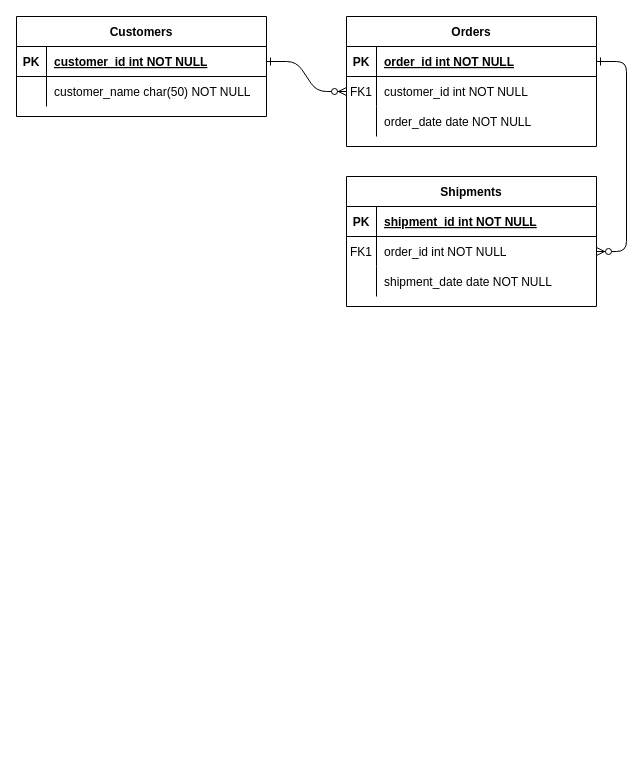
Earlier version of the draw.io diagram Untitled Diagram.drawio (suriming/suriming.github.com). Source tidied: cells renumbered, new cells numbered last; positions are measured from the earlier drawing's top-left corner, leaving out a move shared by most shapes. Both pictures are drawn from the tidied source at 100%, with x=0, y=0 at pixel (16, 16).
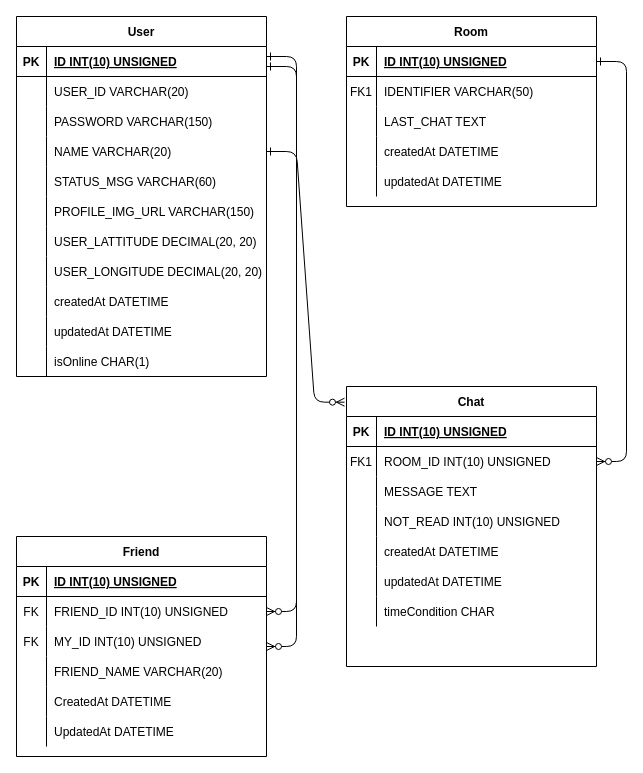
The same page after the edit.

Unchanged cells that the change refers to:
```xml
<mxCell id="5" style="shape=partialRectangle;fillColor=none;points=[[0,0.5],[1,0.5]];portConstraint=eastwest;top=0;left=0;right=0;bottom=1;" parent="4" vertex="1">
  <mxGeometry y="30" width="250" height="30" as="geometry" />
</mxCell>
<mxCell id="8" style="shape=partialRectangle;fillColor=none;points=[[0,0.5],[1,0.5]];portConstraint=eastwest;top=0;left=0;right=0;bottom=0;" parent="4" vertex="1">
  <mxGeometry y="60" width="250" height="30" as="geometry" />
</mxCell>
<mxCell id="11" style="shape=partialRectangle;fillColor=none;top=0;left=0;right=0;bottom=0;" parent="4" vertex="1">
  <mxGeometry y="90" width="250" height="30" as="geometry" />
</mxCell>
<mxCell id="15" style="shape=partialRectangle;fillColor=none;top=0;left=0;right=0;bottom=1;" parent="14" vertex="1">
  <mxGeometry y="30" width="250" height="30" as="geometry" />
</mxCell>
<mxCell id="18" style="shape=partialRectangle;fillColor=none;points=[[0,0.5],[1,0.5]];portConstraint=eastwest;top=0;left=0;right=0;bottom=0;" parent="14" vertex="1">
  <mxGeometry y="60" width="250" height="30" as="geometry" />
</mxCell>
<mxCell id="21" style="shape=partialRectangle;fillColor=none;top=0;left=0;right=0;bottom=0;" parent="14" vertex="1">
  <mxGeometry y="90" width="250" height="30" as="geometry" />
</mxCell>
<mxCell id="25" style="shape=partialRectangle;fillColor=none;points=[[0,0.5],[1,0.5]];portConstraint=eastwest;top=0;left=0;right=0;bottom=1;" parent="24" vertex="1">
  <mxGeometry y="30" width="250" height="30" as="geometry" />
</mxCell>
<mxCell id="28" style="shape=partialRectangle;fillColor=none;top=0;left=0;right=0;bottom=0;" parent="24" vertex="1">
  <mxGeometry y="60" width="250" height="30" as="geometry" />
</mxCell>
```

The edit, as a diff of the source:
```diff
@@
-    <mxCell id="2" style="edgeStyle=entityRelationEdgeStyle;endArrow=ERzeroToMany;startArrow=ERone;endFill=1;startFill=0;" parent="1" edge="1" source="25" target="8">
-      <mxGeometry relative="1" as="geometry" />
-    </mxCell>
@@
-    <mxCell id="4" value="Orders" style="shape=table;startSize=30;childLayout=tableLayout;rowLines=0;fontStyle=1;align=center;" parent="1" vertex="1">
-      <mxGeometry x="330" width="250" height="130" as="geometry" />
+    <mxCell id="4" value="Room" style="shape=table;startSize=30;childLayout=tableLayout;rowLines=0;fontStyle=1;align=center;" parent="1" vertex="1">
+      <mxGeometry x="330" width="250" height="190" as="geometry" />
     </mxCell>
@@
-    <mxCell id="7" value="order_id int NOT NULL " style="shape=partialRectangle;overflow=hidden;fillColor=none;top=0;left=0;bottom=0;right=0;align=left;spacingLeft=6;fontStyle=5;" parent="5" vertex="1">
+    <mxCell id="7" value="ID INT(10) UNSIGNED" style="shape=partialRectangle;overflow=hidden;fillColor=none;top=0;left=0;bottom=0;right=0;align=left;spacingLeft=6;fontStyle=5;" parent="5" vertex="1">
       <mxGeometry x="30" width="220" height="30" as="geometry" />
     </mxCell>
@@
-    <mxCell id="10" value="customer_id int NOT NULL" style="shape=partialRectangle;overflow=hidden;fillColor=none;top=0;left=0;bottom=0;right=0;align=left;spacingLeft=6;" parent="8" vertex="1">
+    <mxCell id="10" value="IDENTIFIER VARCHAR(50)" style="shape=partialRectangle;overflow=hidden;fillColor=none;top=0;left=0;bottom=0;right=0;align=left;spacingLeft=6;" parent="8" vertex="1">
       <mxGeometry x="30" width="220" height="30" as="geometry" />
     </mxCell>
@@
-    <mxCell id="13" value="order_date date NOT NULL" style="shape=partialRectangle;overflow=hidden;fillColor=none;top=0;left=0;bottom=0;right=0;align=left;spacingLeft=6;" parent="11" vertex="1">
+    <mxCell id="13" value="LAST_CHAT TEXT" style="shape=partialRectangle;overflow=hidden;fillColor=none;top=0;left=0;bottom=0;right=0;align=left;spacingLeft=6;" parent="11" vertex="1">
       <mxGeometry x="30" width="220" height="30" as="geometry" />
     </mxCell>
+    <mxCell id="31" style="shape=partialRectangle;fillColor=none;top=0;left=0;bottom=0;right=0;" parent="4" vertex="1">
+      <mxGeometry y="120" width="250" height="30" as="geometry" />
+    </mxCell>
+    <mxCell id="32" style="shape=partialRectangle;fillColor=none;top=0;left=0;bottom=0;right=0;overflow=hidden;" parent="31" vertex="1">
+      <mxGeometry width="30" height="30" as="geometry" />
+    </mxCell>
+    <mxCell id="33" value="createdAt DATETIME" style="shape=partialRectangle;fillColor=none;top=0;left=0;bottom=0;right=0;align=left;spacingLeft=6;overflow=hidden;" parent="31" vertex="1">
+      <mxGeometry x="30" width="220" height="30" as="geometry" />
+    </mxCell>
+    <mxCell id="34" style="shape=partialRectangle;fillColor=none;top=0;left=0;bottom=0;right=0;" parent="4" vertex="1">
+      <mxGeometry y="150" width="250" height="30" as="geometry" />
+    </mxCell>
+    <mxCell id="35" style="shape=partialRectangle;fillColor=none;top=0;left=0;bottom=0;right=0;overflow=hidden;" parent="34" vertex="1">
+      <mxGeometry width="30" height="30" as="geometry" />
+    </mxCell>
+    <mxCell id="36" value="updatedAt DATETIME" style="shape=partialRectangle;fillColor=none;top=0;left=0;bottom=0;right=0;align=left;spacingLeft=6;overflow=hidden;" parent="34" vertex="1">
+      <mxGeometry x="30" width="220" height="30" as="geometry" />
+    </mxCell>
-    <mxCell id="14" value="Shipments" style="shape=table;startSize=30;childLayout=tableLayout;rowLines=0;fontStyle=1;align=center;" parent="1" vertex="1">
-      <mxGeometry x="330" y="160" width="250" height="130" as="geometry" />
+    <mxCell id="14" value="Chat" style="shape=table;startSize=30;childLayout=tableLayout;rowLines=0;fontStyle=1;align=center;" parent="1" vertex="1">
+      <mxGeometry x="330" y="370" width="250" height="280" as="geometry" />
     </mxCell>
@@
-    <mxCell id="17" value="shipment_id int NOT NULL " style="shape=partialRectangle;overflow=hidden;fillColor=none;top=0;left=0;bottom=0;right=0;align=left;spacingLeft=6;fontStyle=5;" parent="15" vertex="1">
+    <mxCell id="17" value="ID INT(10) UNSIGNED" style="shape=partialRectangle;overflow=hidden;fillColor=none;top=0;left=0;bottom=0;right=0;align=left;spacingLeft=6;fontStyle=5;" parent="15" vertex="1">
       <mxGeometry x="30" width="220" height="30" as="geometry" />
     </mxCell>
@@
-    <mxCell id="20" value="order_id int NOT NULL" style="shape=partialRectangle;overflow=hidden;fillColor=none;top=0;left=0;bottom=0;right=0;align=left;spacingLeft=6;" parent="18" vertex="1">
+    <mxCell id="20" value="ROOM_ID INT(10) UNSIGNED" style="shape=partialRectangle;overflow=hidden;fillColor=none;top=0;left=0;bottom=0;right=0;align=left;spacingLeft=6;" parent="18" vertex="1">
       <mxGeometry x="30" width="220" height="30" as="geometry" />
     </mxCell>
@@
-    <mxCell id="23" value="shipment_date date NOT NULL" style="shape=partialRectangle;overflow=hidden;fillColor=none;top=0;left=0;bottom=0;right=0;align=left;spacingLeft=6;" parent="21" vertex="1">
+    <mxCell id="23" value="MESSAGE TEXT" style="shape=partialRectangle;overflow=hidden;fillColor=none;top=0;left=0;bottom=0;right=0;align=left;spacingLeft=6;" parent="21" vertex="1">
       <mxGeometry x="30" width="220" height="30" as="geometry" />
     </mxCell>
+    <mxCell id="37" style="shape=partialRectangle;fillColor=none;top=0;left=0;bottom=0;right=0;" parent="14" vertex="1">
+      <mxGeometry y="120" width="250" height="30" as="geometry" />
+    </mxCell>
+    <mxCell id="38" style="shape=partialRectangle;fillColor=none;top=0;left=0;bottom=0;right=0;overflow=hidden;" parent="37" vertex="1">
+      <mxGeometry width="30" height="30" as="geometry" />
+    </mxCell>
+    <mxCell id="39" value="NOT_READ INT(10) UNSIGNED" style="shape=partialRectangle;fillColor=none;top=0;left=0;bottom=0;right=0;align=left;spacingLeft=6;overflow=hidden;" parent="37" vertex="1">
+      <mxGeometry x="30" width="220" height="30" as="geometry" />
+    </mxCell>
+    <mxCell id="40" style="shape=partialRectangle;fillColor=none;top=0;left=0;bottom=0;right=0;" parent="14" vertex="1">
+      <mxGeometry y="150" width="250" height="30" as="geometry" />
+    </mxCell>
+    <mxCell id="41" style="shape=partialRectangle;fillColor=none;top=0;left=0;bottom=0;right=0;overflow=hidden;" parent="40" vertex="1">
+      <mxGeometry width="30" height="30" as="geometry" />
+    </mxCell>
+    <mxCell id="42" value="createdAt DATETIME" style="shape=partialRectangle;fillColor=none;top=0;left=0;bottom=0;right=0;align=left;spacingLeft=6;overflow=hidden;" parent="40" vertex="1">
+      <mxGeometry x="30" width="220" height="30" as="geometry" />
+    </mxCell>
+    <mxCell id="43" style="shape=partialRectangle;fillColor=none;top=0;left=0;bottom=0;right=0;" parent="14" vertex="1">
+      <mxGeometry y="180" width="250" height="30" as="geometry" />
+    </mxCell>
+    <mxCell id="44" style="shape=partialRectangle;fillColor=none;top=0;left=0;bottom=0;right=0;overflow=hidden;" parent="43" vertex="1">
+      <mxGeometry width="30" height="30" as="geometry" />
+    </mxCell>
+    <mxCell id="45" value="updatedAt DATETIME" style="shape=partialRectangle;fillColor=none;top=0;left=0;bottom=0;right=0;align=left;spacingLeft=6;overflow=hidden;" parent="43" vertex="1">
+      <mxGeometry x="30" width="220" height="30" as="geometry" />
+    </mxCell>
+    <mxCell id="46" style="shape=partialRectangle;fillColor=none;top=0;left=0;bottom=0;right=0;" parent="14" vertex="1">
+      <mxGeometry y="210" width="250" height="30" as="geometry" />
+    </mxCell>
+    <mxCell id="47" style="shape=partialRectangle;fillColor=none;top=0;left=0;bottom=0;right=0;overflow=hidden;" parent="46" vertex="1">
+      <mxGeometry width="30" height="30" as="geometry" />
+    </mxCell>
+    <mxCell id="48" value="timeCondition CHAR" style="shape=partialRectangle;fillColor=none;top=0;left=0;bottom=0;right=0;align=left;spacingLeft=6;overflow=hidden;" parent="46" vertex="1">
+      <mxGeometry x="30" width="220" height="30" as="geometry" />
+    </mxCell>
-    <mxCell id="24" value="Customers" style="shape=table;startSize=30;childLayout=tableLayout;rowLines=0;fontStyle=1;align=center;" parent="1" vertex="1">
-      <mxGeometry width="250" height="100" as="geometry" />
+    <mxCell id="24" value="User" style="shape=table;startSize=30;childLayout=tableLayout;rowLines=0;fontStyle=1;align=center;" parent="1" vertex="1">
+      <mxGeometry width="250" height="360" as="geometry" />
     </mxCell>
@@
-    <mxCell id="27" value="customer_id int NOT NULL " style="shape=partialRectangle;overflow=hidden;fillColor=none;top=0;left=0;bottom=0;right=0;align=left;spacingLeft=6;fontStyle=5;" parent="25" vertex="1">
+    <mxCell id="27" value="ID INT(10) UNSIGNED" style="shape=partialRectangle;overflow=hidden;fillColor=none;top=0;left=0;bottom=0;right=0;align=left;spacingLeft=6;fontStyle=5;" parent="25" vertex="1">
       <mxGeometry x="30" width="220" height="30" as="geometry" />
     </mxCell>
@@
-    <mxCell id="30" value="customer_name char(50) NOT NULL" style="shape=partialRectangle;overflow=hidden;fillColor=none;top=0;left=0;bottom=0;right=0;align=left;spacingLeft=6;" parent="28" vertex="1">
+    <mxCell id="30" value="USER_ID VARCHAR(20)" style="shape=partialRectangle;overflow=hidden;fillColor=none;top=0;left=0;bottom=0;right=0;align=left;spacingLeft=6;" parent="28" vertex="1">
       <mxGeometry x="30" width="220" height="30" as="geometry" />
     </mxCell>
+    <mxCell id="49" style="shape=partialRectangle;fillColor=none;top=0;left=0;bottom=0;right=0;" parent="24" vertex="1">
+      <mxGeometry y="90" width="250" height="30" as="geometry" />
+    </mxCell>
+    <mxCell id="50" style="shape=partialRectangle;fillColor=none;top=0;left=0;bottom=0;right=0;fontStyle=0;overflow=hidden;" parent="49" vertex="1">
+      <mxGeometry width="30" height="30" as="geometry" />
+    </mxCell>
+    <mxCell id="51" value="PASSWORD VARCHAR(150)" style="shape=partialRectangle;fillColor=none;top=0;left=0;bottom=0;right=0;align=left;spacingLeft=6;fontStyle=0;overflow=hidden;" parent="49" vertex="1">
+      <mxGeometry x="30" width="220" height="30" as="geometry" />
+    </mxCell>
+    <mxCell id="52" style="shape=partialRectangle;fillColor=none;top=0;left=0;bottom=0;right=0;points=[[0,0.5],[1,0.5]];portConstraint=eastwest;" parent="24" vertex="1">
+      <mxGeometry y="120" width="250" height="30" as="geometry" />
+    </mxCell>
+    <mxCell id="53" style="shape=partialRectangle;fillColor=none;top=0;left=0;bottom=0;right=0;overflow=hidden;" parent="52" vertex="1">
+      <mxGeometry width="30" height="30" as="geometry" />
+    </mxCell>
+    <mxCell id="54" value="NAME VARCHAR(20)" style="shape=partialRectangle;fillColor=none;top=0;left=0;bottom=0;right=0;align=left;spacingLeft=6;overflow=hidden;" parent="52" vertex="1">
+      <mxGeometry x="30" width="220" height="30" as="geometry" />
+    </mxCell>
+    <mxCell id="55" style="shape=partialRectangle;fillColor=none;top=0;left=0;bottom=0;right=0;" parent="24" vertex="1">
+      <mxGeometry y="150" width="250" height="30" as="geometry" />
+    </mxCell>
+    <mxCell id="56" style="shape=partialRectangle;fillColor=none;top=0;left=0;bottom=0;right=0;overflow=hidden;" parent="55" vertex="1">
+      <mxGeometry width="30" height="30" as="geometry" />
+    </mxCell>
+    <mxCell id="57" value="STATUS_MSG VARCHAR(60)" style="shape=partialRectangle;fillColor=none;top=0;left=0;bottom=0;right=0;align=left;spacingLeft=6;overflow=hidden;" parent="55" vertex="1">
+      <mxGeometry x="30" width="220" height="30" as="geometry" />
+    </mxCell>
+    <mxCell id="58" style="shape=partialRectangle;fillColor=none;top=0;left=0;bottom=0;right=0;" parent="24" vertex="1">
+      <mxGeometry y="180" width="250" height="30" as="geometry" />
+    </mxCell>
+    <mxCell id="59" style="shape=partialRectangle;fillColor=none;top=0;left=0;bottom=0;right=0;overflow=hidden;" parent="58" vertex="1">
+      <mxGeometry width="30" height="30" as="geometry" />
+    </mxCell>
+    <mxCell id="60" value="PROFILE_IMG_URL VARCHAR(150)" style="shape=partialRectangle;fillColor=none;top=0;left=0;bottom=0;right=0;align=left;spacingLeft=6;overflow=hidden;" parent="58" vertex="1">
+      <mxGeometry x="30" width="220" height="30" as="geometry" />
+    </mxCell>
+    <mxCell id="61" style="shape=partialRectangle;fillColor=none;top=0;left=0;bottom=0;right=0;" parent="24" vertex="1">
+      <mxGeometry y="210" width="250" height="30" as="geometry" />
+    </mxCell>
+    <mxCell id="62" style="shape=partialRectangle;fillColor=none;top=0;left=0;bottom=0;right=0;overflow=hidden;" parent="61" vertex="1">
+      <mxGeometry width="30" height="30" as="geometry" />
+    </mxCell>
+    <mxCell id="63" value="USER_LATTITUDE DECIMAL(20, 20)" style="shape=partialRectangle;fillColor=none;top=0;left=0;bottom=0;right=0;align=left;spacingLeft=6;overflow=hidden;" parent="61" vertex="1">
+      <mxGeometry x="30" width="220" height="30" as="geometry" />
+    </mxCell>
+    <mxCell id="64" style="shape=partialRectangle;fillColor=none;top=0;left=0;bottom=0;right=0;" parent="24" vertex="1">
+      <mxGeometry y="240" width="250" height="30" as="geometry" />
+    </mxCell>
+    <mxCell id="65" style="shape=partialRectangle;fillColor=none;top=0;left=0;bottom=0;right=0;overflow=hidden;" parent="64" vertex="1">
+      <mxGeometry width="30" height="30" as="geometry" />
+    </mxCell>
+    <mxCell id="66" value="USER_LONGITUDE DECIMAL(20, 20)" style="shape=partialRectangle;fillColor=none;top=0;left=0;bottom=0;right=0;align=left;spacingLeft=6;overflow=hidden;" parent="64" vertex="1">
+      <mxGeometry x="30" width="220" height="30" as="geometry" />
+    </mxCell>
+    <mxCell id="67" style="shape=partialRectangle;fillColor=none;top=0;left=0;bottom=0;right=0;" parent="24" vertex="1">
+      <mxGeometry y="270" width="250" height="30" as="geometry" />
+    </mxCell>
+    <mxCell id="68" style="shape=partialRectangle;fillColor=none;top=0;left=0;bottom=0;right=0;overflow=hidden;" parent="67" vertex="1">
+      <mxGeometry width="30" height="30" as="geometry" />
+    </mxCell>
+    <mxCell id="69" value="createdAt DATETIME" style="shape=partialRectangle;fillColor=none;top=0;left=0;bottom=0;right=0;align=left;spacingLeft=6;overflow=hidden;" parent="67" vertex="1">
+      <mxGeometry x="30" width="220" height="30" as="geometry" />
+    </mxCell>
+    <mxCell id="70" style="shape=partialRectangle;fillColor=none;top=0;left=0;bottom=0;right=0;" parent="24" vertex="1">
+      <mxGeometry y="300" width="250" height="30" as="geometry" />
+    </mxCell>
+    <mxCell id="71" style="shape=partialRectangle;fillColor=none;top=0;left=0;bottom=0;right=0;overflow=hidden;" parent="70" vertex="1">
+      <mxGeometry width="30" height="30" as="geometry" />
+    </mxCell>
+    <mxCell id="72" value="updatedAt DATETIME" style="shape=partialRectangle;fillColor=none;top=0;left=0;bottom=0;right=0;align=left;spacingLeft=6;overflow=hidden;" parent="70" vertex="1">
+      <mxGeometry x="30" width="220" height="30" as="geometry" />
+    </mxCell>
+    <mxCell id="73" style="shape=partialRectangle;fillColor=none;top=0;left=0;bottom=0;right=0;" parent="24" vertex="1">
+      <mxGeometry y="330" width="250" height="30" as="geometry" />
+    </mxCell>
+    <mxCell id="74" style="shape=partialRectangle;fillColor=none;top=0;left=0;bottom=0;right=0;overflow=hidden;" parent="73" vertex="1">
+      <mxGeometry width="30" height="30" as="geometry" />
+    </mxCell>
+    <mxCell id="75" value="isOnline CHAR(1)" style="shape=partialRectangle;fillColor=none;top=0;left=0;bottom=0;right=0;align=left;spacingLeft=6;overflow=hidden;" parent="73" vertex="1">
+      <mxGeometry x="30" width="220" height="30" as="geometry" />
+    </mxCell>
+    <mxCell id="76" value="Friend" style="shape=table;startSize=30;childLayout=tableLayout;rowLines=0;fontStyle=1;align=center;" parent="1" vertex="1">
+      <mxGeometry y="520" width="250" height="220" as="geometry" />
+    </mxCell>
+    <mxCell id="77" style="shape=partialRectangle;fillColor=none;top=0;left=0;right=0;bottom=1;" parent="76" vertex="1">
+      <mxGeometry y="30" width="250" height="30" as="geometry" />
+    </mxCell>
+    <mxCell id="78" value="PK" style="shape=partialRectangle;overflow=hidden;fillColor=none;top=0;left=0;bottom=0;right=0;fontStyle=1;" parent="77" vertex="1">
+      <mxGeometry width="30" height="30" as="geometry" />
+    </mxCell>
+    <mxCell id="79" value="ID INT(10) UNSIGNED" style="shape=partialRectangle;overflow=hidden;fillColor=none;top=0;left=0;bottom=0;right=0;align=left;spacingLeft=6;fontStyle=5;" parent="77" vertex="1">
+      <mxGeometry x="30" width="220" height="30" as="geometry" />
+    </mxCell>
+    <mxCell id="80" style="shape=partialRectangle;fillColor=none;top=0;left=0;bottom=0;right=0;points=[[0,0.5],[1,0.5]];portConstraint=eastwest;" parent="76" vertex="1">
+      <mxGeometry y="60" width="250" height="30" as="geometry" />
+    </mxCell>
+    <mxCell id="81" value="FK" style="shape=partialRectangle;fillColor=none;top=0;left=0;bottom=0;right=0;fontStyle=0;overflow=hidden;" parent="80" vertex="1">
+      <mxGeometry width="30" height="30" as="geometry" />
+    </mxCell>
+    <mxCell id="82" value="FRIEND_ID INT(10) UNSIGNED" style="shape=partialRectangle;fillColor=none;top=0;left=0;bottom=0;right=0;align=left;spacingLeft=6;fontStyle=0;overflow=hidden;" parent="80" vertex="1">
+      <mxGeometry x="30" width="220" height="30" as="geometry" />
+    </mxCell>
+    <mxCell id="83" style="shape=partialRectangle;fillColor=none;top=0;left=0;right=0;bottom=0;" parent="76" vertex="1">
+      <mxGeometry y="90" width="250" height="30" as="geometry" />
+    </mxCell>
+    <mxCell id="84" value="FK" style="shape=partialRectangle;overflow=hidden;fillColor=none;top=0;left=0;bottom=0;right=0;" parent="83" vertex="1">
+      <mxGeometry width="30" height="30" as="geometry" />
+    </mxCell>
+    <mxCell id="85" value="MY_ID INT(10) UNSIGNED" style="shape=partialRectangle;overflow=hidden;fillColor=none;top=0;left=0;bottom=0;right=0;align=left;spacingLeft=6;" parent="83" vertex="1">
+      <mxGeometry x="30" width="220" height="30" as="geometry" />
+    </mxCell>
+    <mxCell id="86" style="shape=partialRectangle;fillColor=none;top=0;left=0;bottom=0;right=0;" parent="76" vertex="1">
+      <mxGeometry y="120" width="250" height="30" as="geometry" />
+    </mxCell>
+    <mxCell id="87" style="shape=partialRectangle;fillColor=none;top=0;left=0;bottom=0;right=0;overflow=hidden;" parent="86" vertex="1">
+      <mxGeometry width="30" height="30" as="geometry" />
+    </mxCell>
+    <mxCell id="88" value="FRIEND_NAME VARCHAR(20)" style="shape=partialRectangle;fillColor=none;top=0;left=0;bottom=0;right=0;align=left;spacingLeft=6;overflow=hidden;" parent="86" vertex="1">
+      <mxGeometry x="30" width="220" height="30" as="geometry" />
+    </mxCell>
+    <mxCell id="89" style="shape=partialRectangle;fillColor=none;top=0;left=0;bottom=0;right=0;" parent="76" vertex="1">
+      <mxGeometry y="150" width="250" height="30" as="geometry" />
+    </mxCell>
+    <mxCell id="90" style="shape=partialRectangle;fillColor=none;top=0;left=0;bottom=0;right=0;overflow=hidden;" parent="89" vertex="1">
+      <mxGeometry width="30" height="30" as="geometry" />
+    </mxCell>
+    <mxCell id="91" value="CreatedAt DATETIME" style="shape=partialRectangle;fillColor=none;top=0;left=0;bottom=0;right=0;align=left;spacingLeft=6;overflow=hidden;" parent="89" vertex="1">
+      <mxGeometry x="30" width="220" height="30" as="geometry" />
+    </mxCell>
+    <mxCell id="92" style="shape=partialRectangle;fillColor=none;top=0;left=0;bottom=0;right=0;" parent="76" vertex="1">
+      <mxGeometry y="180" width="250" height="30" as="geometry" />
+    </mxCell>
+    <mxCell id="93" style="shape=partialRectangle;fillColor=none;top=0;left=0;bottom=0;right=0;overflow=hidden;" parent="92" vertex="1">
+      <mxGeometry width="30" height="30" as="geometry" />
+    </mxCell>
+    <mxCell id="94" value="UpdatedAt DATETIME" style="shape=partialRectangle;fillColor=none;top=0;left=0;bottom=0;right=0;align=left;spacingLeft=6;overflow=hidden;" parent="92" vertex="1">
+      <mxGeometry x="30" width="220" height="30" as="geometry" />
+    </mxCell>
+    <mxCell id="95" style="edgeStyle=entityRelationEdgeStyle;endArrow=ERzeroToMany;startArrow=ERone;endFill=1;startFill=0;" parent="1" edge="1" target="80">
+      <mxGeometry relative="1" as="geometry">
+        <mxPoint x="250" y="40" as="sourcePoint" />
+      </mxGeometry>
+    </mxCell>
+    <mxCell id="96" style="edgeStyle=entityRelationEdgeStyle;endArrow=ERzeroToMany;startArrow=ERone;endFill=1;startFill=0;entryX=1;entryY=0.5;entryDx=0;entryDy=0;" parent="1" edge="1" target="76">
+      <mxGeometry relative="1" as="geometry">
+        <mxPoint x="250" y="50" as="sourcePoint" />
+      </mxGeometry>
+    </mxCell>
+    <mxCell id="97" style="edgeStyle=entityRelationEdgeStyle;endArrow=ERzeroToMany;startArrow=ERone;endFill=1;startFill=0;entryX=-0.008;entryY=0.056;entryDx=0;entryDy=0;entryPerimeter=0;exitX=1;exitY=0.5;exitDx=0;exitDy=0;" parent="1" edge="1" source="52" target="14">
+      <mxGeometry relative="1" as="geometry" />
+    </mxCell>
```
